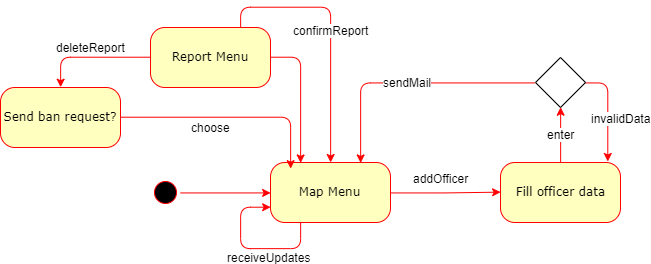
This is RASD/Images/authority_states.png from marcuz1996/Software-Engineering-Project, a draw.io export, as it was before one commit. Source tidied: cells renumbered, new cells last; positions are measured from the earlier drawing's top-left corner, leaving out a move shared by most shapes.
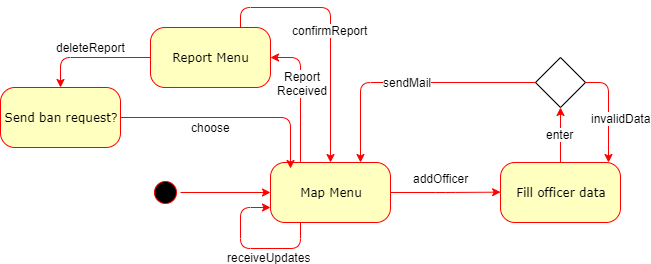
The same diagram one commit later.

The edit, as a diff of the source:
```diff
@@ -40,10 +40,13 @@
     <mxCell id="11" style="rhombus;whiteSpace=wrap;html=1;" parent="1" vertex="1">
       <mxGeometry x="535" y="30" width="50" height="50" as="geometry" />
     </mxCell>
-    <mxCell id="12" style="edgeStyle=orthogonalEdgeStyle;rounded=1;jettySize=auto;html=1;exitX=1;exitY=0.5;exitDx=0;exitDy=0;entryX=0.25;entryY=0;entryDx=0;entryDy=0;strokeColor=#FF0000;fontSize=12;fontColor=#000000;" parent="1" edge="1" source="15" target="5">
+    <mxCell id="12" style="edgeStyle=orthogonalEdgeStyle;rounded=1;jettySize=auto;html=1;exitX=0.25;exitY=0;exitDx=0;exitDy=0;entryX=1;entryY=0.5;entryDx=0;entryDy=0;strokeColor=#FF0000;fontSize=12;fontColor=#000000;" parent="1" edge="1" source="5" target="15">
       <mxGeometry relative="1" as="geometry" />
     </mxCell>
+    <mxCell id="18" value="Report&lt;br&gt;Received" style="text;html=1;align=center;verticalAlign=middle;labelBackgroundColor=#ffffff;" parent="12" vertex="1">
+      <mxGeometry x="0.19" y="-1" relative="1" as="geometry" />
+    </mxCell>
-    <mxCell id="13" value="confirmReport" style="edgeStyle=orthogonalEdgeStyle;rounded=1;jettySize=auto;html=1;exitX=0.75;exitY=0;exitDx=0;exitDy=0;strokeColor=#FF0000;fontSize=12;fontColor=#000000;" parent="1" edge="1" source="15" target="5">
+    <mxCell id="13" value="confirmReport" style="edgeStyle=orthogonalEdgeStyle;rounded=1;jettySize=auto;html=1;strokeColor=#FF0000;fontSize=12;fontColor=#000000;exitX=0.75;exitY=0;exitDx=0;exitDy=0;" parent="1" edge="1" source="15" target="5">
       <mxGeometry relative="1" as="geometry" />
     </mxCell>
     <mxCell id="14" value="deleteReport" style="edgeStyle=orthogonalEdgeStyle;rounded=1;jettySize=auto;html=1;exitX=0;exitY=0.5;exitDx=0;exitDy=0;entryX=0.5;entryY=0;entryDx=0;entryDy=0;strokeColor=#FF0000;fontSize=12;fontColor=#000000;" parent="1" edge="1" source="15" target="17">
```
